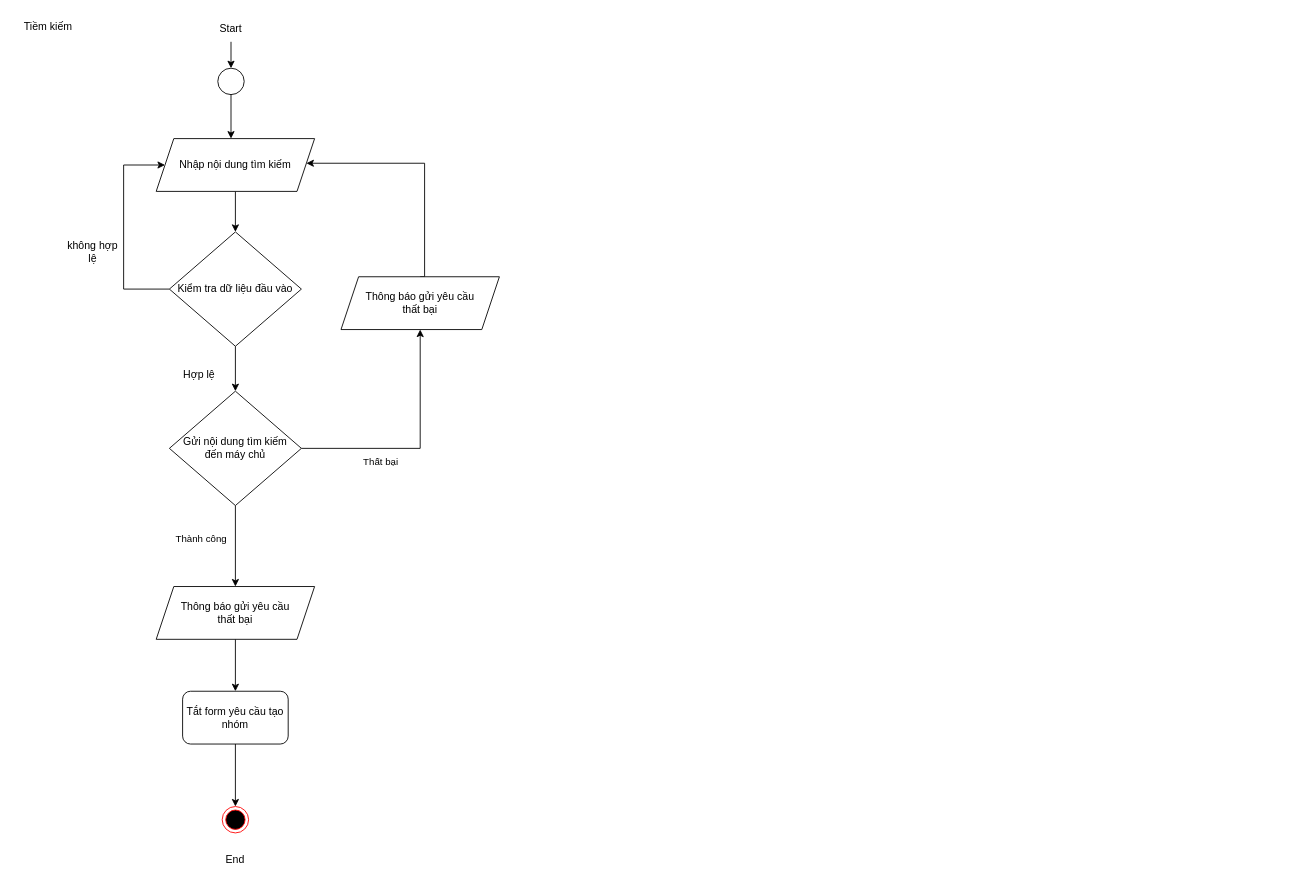
This is Niên luận/CTU_Social_user_1.drawio from Neal005/DrawnIO, a draw.io file, before an edit. Source tidied: cells renumbered, new cells numbered last; positions are measured from the earlier drawing's top-left corner, leaving out a move shared by most shapes. Both pictures are drawn from the tidied source at 88%, with x=0, y=0 at pixel (15, 15).
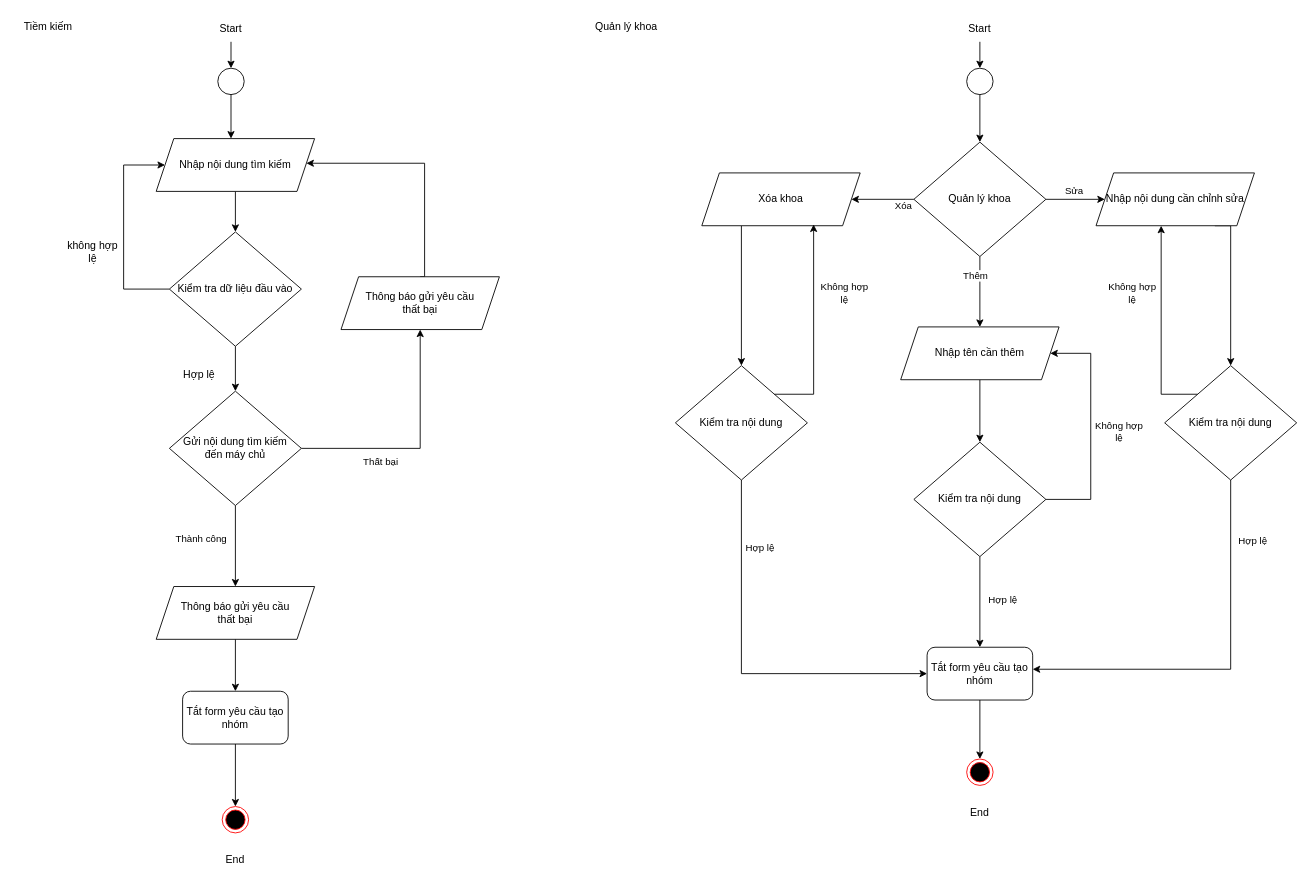
After the change.

Commit message:
Quản lý khoa

What changed in the source:
```diff
@@
+    <mxCell id="27" style="ellipse;whiteSpace=wrap;html=1;" parent="1" vertex="1">
+      <mxGeometry x="1081" y="60" width="30" height="30" as="geometry" />
+    </mxCell>
+    <mxCell id="28" style="endArrow=classic;html=1;rounded=0;entryX=0.5;entryY=0;entryDx=0;entryDy=0;" parent="1" edge="1" target="27">
+      <mxGeometry relative="1" as="geometry">
+        <mxPoint x="1096" y="30" as="sourcePoint" />
+      </mxGeometry>
+    </mxCell>
+    <mxCell id="29" value="Start" style="text;html=1;align=center;verticalAlign=middle;whiteSpace=wrap;rounded=0;" parent="1" vertex="1">
+      <mxGeometry x="1066" width="60" height="30" as="geometry" />
+    </mxCell>
+    <mxCell id="30" style="endArrow=classic;html=1;rounded=0;exitX=0.5;exitY=1;exitDx=0;exitDy=0;" parent="1" edge="1" source="27" target="37">
+      <mxGeometry relative="1" as="geometry" />
+    </mxCell>
+    <mxCell id="31" style="edgeStyle=orthogonalEdgeStyle;rounded=0;jettySize=auto;html=1;" parent="1" edge="1" source="37" target="46">
+      <mxGeometry relative="1" as="geometry" />
+    </mxCell>
+    <mxCell id="32" value="Thêm" style="edgeLabel;html=1;align=center;verticalAlign=middle;" parent="31" vertex="1">
+      <mxGeometry x="-0.25" y="-2" relative="1" as="geometry">
+        <mxPoint x="-4" y="-9" as="offset" />
+      </mxGeometry>
+    </mxCell>
+    <mxCell id="33" style="edgeStyle=orthogonalEdgeStyle;rounded=0;jettySize=auto;html=1;" parent="1" edge="1" source="37" target="44">
+      <mxGeometry relative="1" as="geometry" />
+    </mxCell>
+    <mxCell id="34" value="Sửa" style="edgeLabel;html=1;align=center;verticalAlign=middle;" parent="33" vertex="1">
+      <mxGeometry x="-0.17" y="-4" relative="1" as="geometry">
+        <mxPoint x="3" y="-15" as="offset" />
+      </mxGeometry>
+    </mxCell>
+    <mxCell id="35" style="edgeStyle=orthogonalEdgeStyle;rounded=0;jettySize=auto;html=1;" parent="1" edge="1" source="37" target="48">
+      <mxGeometry relative="1" as="geometry" />
+    </mxCell>
+    <mxCell id="36" value="Xóa" style="edgeLabel;html=1;align=center;verticalAlign=middle;" parent="35" vertex="1">
+      <mxGeometry x="-0.21" y="5" relative="1" as="geometry">
+        <mxPoint x="15" y="2" as="offset" />
+      </mxGeometry>
+    </mxCell>
+    <mxCell id="37" value="Quản lý khoa" style="rhombus;whiteSpace=wrap;html=1;" parent="1" vertex="1">
+      <mxGeometry x="1021" y="144" width="150" height="130" as="geometry" />
+    </mxCell>
+    <mxCell id="38" style="edgeStyle=orthogonalEdgeStyle;rounded=0;jettySize=auto;html=1;entryX=0.5;entryY=0;entryDx=0;entryDy=0;" parent="1" edge="1" source="39" target="40">
+      <mxGeometry relative="1" as="geometry" />
+    </mxCell>
+    <mxCell id="39" value="Tắt form yêu cầu tạo nhóm" style="rounded=1;whiteSpace=wrap;html=1;" parent="1" vertex="1">
+      <mxGeometry x="1036" y="718" width="120" height="60" as="geometry" />
+    </mxCell>
+    <mxCell id="40" style="ellipse;html=1;shape=endState;fillColor=#000000;strokeColor=#ff0000;" parent="1" vertex="1">
+      <mxGeometry x="1081" y="845" width="30" height="30" as="geometry" />
+    </mxCell>
+    <mxCell id="41" value="End" style="text;html=1;align=center;verticalAlign=middle;whiteSpace=wrap;rounded=0;" parent="1" vertex="1">
+      <mxGeometry x="1066" y="891" width="60" height="30" as="geometry" />
+    </mxCell>
+    <mxCell id="42" value="Quản lý khoa" style="text;html=1;align=center;verticalAlign=middle;strokeColor=none;fillColor=none;" parent="1" vertex="1">
+      <mxGeometry x="649" width="89" height="26" as="geometry" />
+    </mxCell>
+    <mxCell id="43" style="edgeStyle=orthogonalEdgeStyle;rounded=0;jettySize=auto;html=1;exitX=0.75;exitY=1;exitDx=0;exitDy=0;" parent="1" edge="1" source="44" target="58">
+      <mxGeometry relative="1" as="geometry">
+        <Array as="points">
+          <mxPoint x="1381" y="239" />
+        </Array>
+      </mxGeometry>
+    </mxCell>
+    <mxCell id="44" value="Nhập nội dung cần chỉnh sửa" style="shape=parallelogram;perimeter=parallelogramPerimeter;whiteSpace=wrap;html=1;fixedSize=1;" parent="1" vertex="1">
+      <mxGeometry x="1228" y="179" width="180" height="60" as="geometry" />
+    </mxCell>
+    <mxCell id="45" style="edgeStyle=orthogonalEdgeStyle;rounded=0;jettySize=auto;html=1;" parent="1" edge="1" source="46" target="53">
+      <mxGeometry relative="1" as="geometry" />
+    </mxCell>
+    <mxCell id="46" value="Nhập tên cần thêm" style="shape=parallelogram;perimeter=parallelogramPerimeter;whiteSpace=wrap;html=1;fixedSize=1;" parent="1" vertex="1">
+      <mxGeometry x="1006" y="354" width="180" height="60" as="geometry" />
+    </mxCell>
+    <mxCell id="47" style="edgeStyle=orthogonalEdgeStyle;rounded=0;jettySize=auto;html=1;exitX=0.25;exitY=1;exitDx=0;exitDy=0;" parent="1" edge="1" source="48" target="61">
+      <mxGeometry relative="1" as="geometry" />
+    </mxCell>
+    <mxCell id="48" value="Xóa khoa" style="shape=parallelogram;perimeter=parallelogramPerimeter;whiteSpace=wrap;html=1;fixedSize=1;" parent="1" vertex="1">
+      <mxGeometry x="780" y="179" width="180" height="60" as="geometry" />
+    </mxCell>
+    <mxCell id="49" style="edgeStyle=orthogonalEdgeStyle;rounded=0;jettySize=auto;html=1;exitX=1;exitY=0.5;exitDx=0;exitDy=0;" parent="1" edge="1" source="53" target="46">
+      <mxGeometry relative="1" as="geometry">
+        <Array as="points">
+          <mxPoint x="1222" y="550" />
+          <mxPoint x="1222" y="384" />
+        </Array>
+      </mxGeometry>
+    </mxCell>
+    <mxCell id="50" value="Không hợp&lt;div&gt;lệ&lt;/div&gt;" style="edgeLabel;html=1;align=center;verticalAlign=middle;" parent="49" vertex="1">
+      <mxGeometry x="0.02" y="3" relative="1" as="geometry">
+        <mxPoint x="34" y="5" as="offset" />
+      </mxGeometry>
+    </mxCell>
+    <mxCell id="51" style="edgeStyle=orthogonalEdgeStyle;rounded=0;jettySize=auto;html=1;" parent="1" edge="1" source="53" target="39">
+      <mxGeometry relative="1" as="geometry" />
+    </mxCell>
+    <mxCell id="52" value="Hợp lệ" style="edgeLabel;html=1;align=center;verticalAlign=middle;" parent="51" vertex="1">
+      <mxGeometry x="-0.29" y="-3" relative="1" as="geometry">
+        <mxPoint x="28" y="11" as="offset" />
+      </mxGeometry>
+    </mxCell>
+    <mxCell id="53" value="Kiểm tra nội dung" style="rhombus;whiteSpace=wrap;html=1;" parent="1" vertex="1">
+      <mxGeometry x="1021" y="485" width="150" height="130" as="geometry" />
+    </mxCell>
+    <mxCell id="54" style="edgeStyle=orthogonalEdgeStyle;rounded=0;jettySize=auto;html=1;exitX=0;exitY=0;exitDx=0;exitDy=0;" parent="1" edge="1" source="58" target="44">
+      <mxGeometry relative="1" as="geometry">
+        <Array as="points">
+          <mxPoint x="1302" y="431" />
+        </Array>
+      </mxGeometry>
+    </mxCell>
+    <mxCell id="55" value="Không hợp&lt;div&gt;lệ&lt;/div&gt;" style="edgeLabel;html=1;align=center;verticalAlign=middle;" parent="54" vertex="1">
+      <mxGeometry x="0.22" y="-4" relative="1" as="geometry">
+        <mxPoint x="-38" y="-15" as="offset" />
+      </mxGeometry>
+    </mxCell>
+    <mxCell id="56" style="edgeStyle=orthogonalEdgeStyle;rounded=0;jettySize=auto;html=1;exitX=0.5;exitY=1;exitDx=0;exitDy=0;" parent="1" edge="1" source="58" target="39">
+      <mxGeometry relative="1" as="geometry">
+        <Array as="points">
+          <mxPoint x="1381" y="743" />
+        </Array>
+      </mxGeometry>
+    </mxCell>
+    <mxCell id="57" value="Hợp lệ" style="edgeLabel;html=1;align=center;verticalAlign=middle;" parent="56" vertex="1">
+      <mxGeometry x="-0.52" y="6" relative="1" as="geometry">
+        <mxPoint x="18" y="-38" as="offset" />
+      </mxGeometry>
+    </mxCell>
+    <mxCell id="58" value="Kiểm tra nội dung" style="rhombus;whiteSpace=wrap;html=1;" parent="1" vertex="1">
+      <mxGeometry x="1306" y="398" width="150" height="130" as="geometry" />
+    </mxCell>
+    <mxCell id="59" style="edgeStyle=orthogonalEdgeStyle;rounded=0;jettySize=auto;html=1;exitX=0.5;exitY=1;exitDx=0;exitDy=0;" parent="1" edge="1" source="61" target="39">
+      <mxGeometry relative="1" as="geometry">
+        <Array as="points">
+          <mxPoint x="825" y="748" />
+        </Array>
+      </mxGeometry>
+    </mxCell>
+    <mxCell id="60" value="Hợp lệ" style="edgeLabel;html=1;align=center;verticalAlign=middle;" parent="59" vertex="1">
+      <mxGeometry x="-0.64" relative="1" as="geometry">
+        <mxPoint x="20" y="-2" as="offset" />
+      </mxGeometry>
+    </mxCell>
+    <mxCell id="61" value="Kiểm tra nội dung" style="rhombus;whiteSpace=wrap;html=1;" parent="1" vertex="1">
+      <mxGeometry x="750" y="398" width="150" height="130" as="geometry" />
+    </mxCell>
+    <mxCell id="62" style="edgeStyle=orthogonalEdgeStyle;rounded=0;jettySize=auto;html=1;exitX=1;exitY=0;exitDx=0;exitDy=0;entryX=0.706;entryY=0.976;entryDx=0;entryDy=0;entryPerimeter=0;" parent="1" edge="1" source="61" target="48">
+      <mxGeometry relative="1" as="geometry">
+        <Array as="points">
+          <mxPoint x="907" y="431" />
+        </Array>
+      </mxGeometry>
+    </mxCell>
+    <mxCell id="63" value="Không hợp&lt;div&gt;lệ&lt;/div&gt;" style="edgeLabel;html=1;align=center;verticalAlign=middle;" parent="62" vertex="1">
+      <mxGeometry x="0.1" y="-3" relative="1" as="geometry">
+        <mxPoint x="31" y="-29" as="offset" />
+      </mxGeometry>
+    </mxCell>
```
